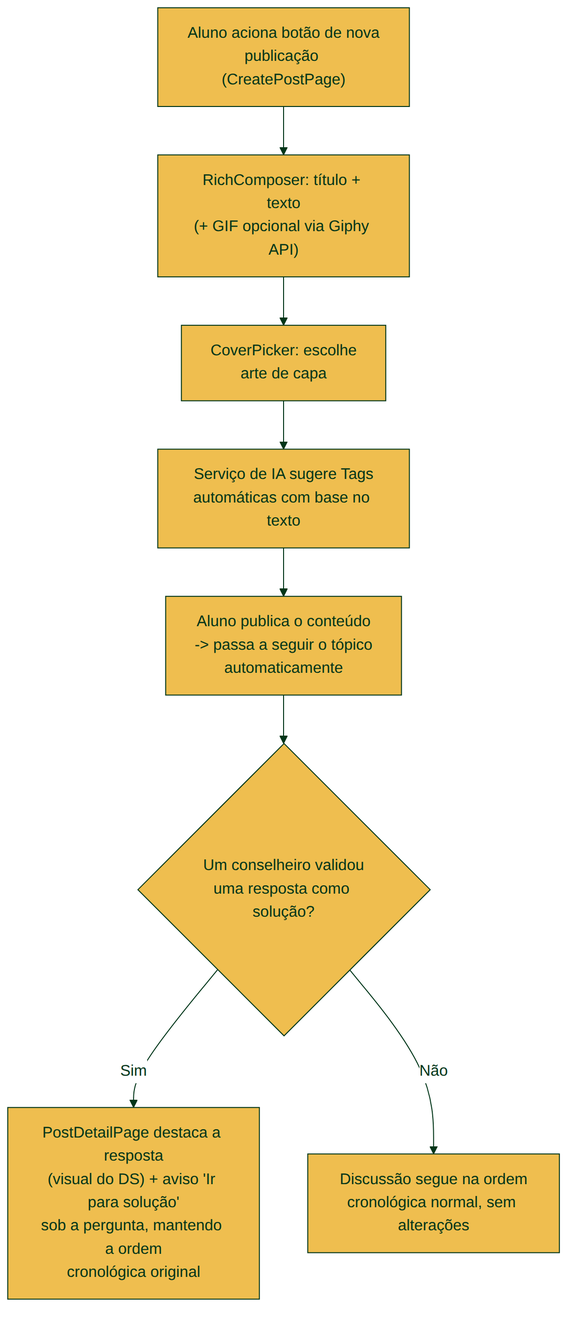
This is docs/fluxogramas/flow2.png from ProdutosAUVP/comunity, a Mermaid export, as it was before one commit. Its source is kept beside it as docs/fluxogramas/flow2.mmd. The source it was exported from:
```mermaid
flowchart TD
    A["Aluno aciona botão de nova\npublicação (CreatePostPage)"] --> B["RichComposer: título + texto\n(+ GIF opcional via Giphy API)"]
    B --> C["CoverPicker: escolhe\narte de capa"]
    C --> D["Serviço de IA sugere Tags\nautomáticas com base no texto"]
    D --> E["Aluno publica o conteúdo\n-> passa a seguir o tópico\nautomaticamente"]
    E --> F{Um conselheiro validou\numa resposta como solução?}
    F -->|Sim| G["PostDetailPage destaca a resposta\n(visual do DS) + aviso 'Ir para solução'\nsob a pergunta, mantendo a ordem\ncronológica original"]
    F -->|Não| H["Discussão segue na ordem\ncronológica normal, sem alterações"]
```
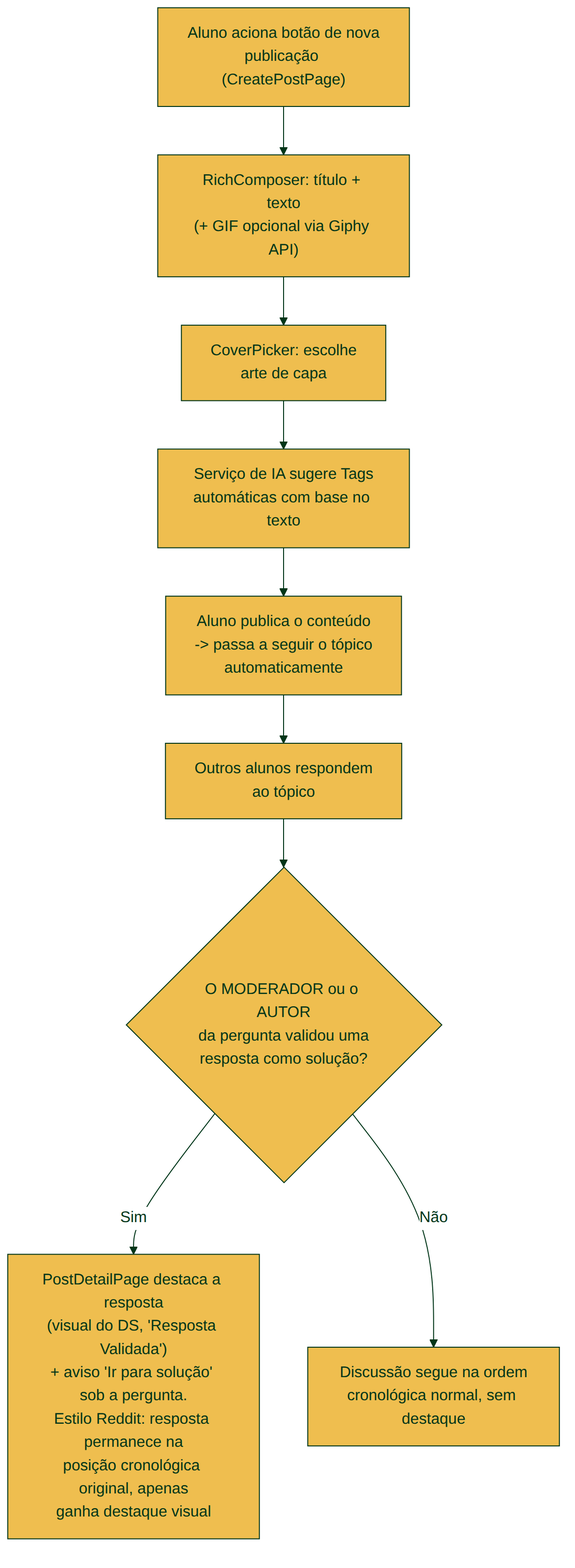
After the change.

Commit message:
Corrige Fluxo 2: validação de solução é do moderador/autor da pergunta, não do conselheiro

Change to the diagram source:
```diff
@@ -3,6 +3,7 @@
     B --> C["CoverPicker: escolhe\narte de capa"]
     C --> D["Serviço de IA sugere Tags\nautomáticas com base no texto"]
     D --> E["Aluno publica o conteúdo\n-> passa a seguir o tópico\nautomaticamente"]
-    E --> F{Um conselheiro validou\numa resposta como solução?}
-    F -->|Sim| G["PostDetailPage destaca a resposta\n(visual do DS) + aviso 'Ir para solução'\nsob a pergunta, mantendo a ordem\ncronológica original"]
-    F -->|Não| H["Discussão segue na ordem\ncronológica normal, sem alterações"]
+    E --> F["Outros alunos respondem\nao tópico"]
+    F --> G{"O MODERADOR ou o AUTOR\nda pergunta validou uma\nresposta como solução?"}
+    G -->|Sim| H["PostDetailPage destaca a resposta\n(visual do DS, 'Resposta Validada')\n+ aviso 'Ir para solução' sob a pergunta.\nEstilo Reddit: resposta permanece na\nposição cronológica original, apenas\nganha destaque visual"]
+    G -->|Não| I["Discussão segue na ordem\ncronológica normal, sem destaque"]
```
